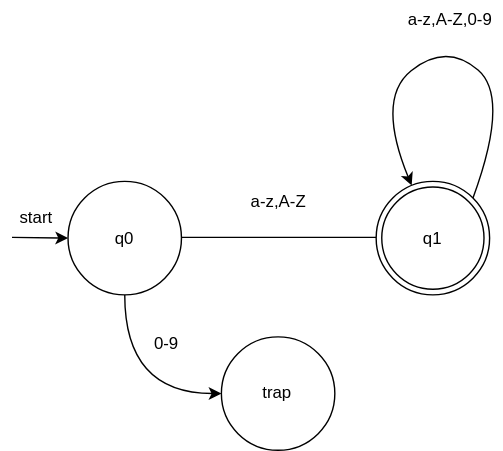
The draw.io diagram docs/DFA/identifier-dfa.svg in Dimitry-bit/tiny-compiler, before a commit. Source tidied: cells renumbered, new cells last; positions are measured from the earlier drawing's top-left corner, leaving out a move shared by most shapes.
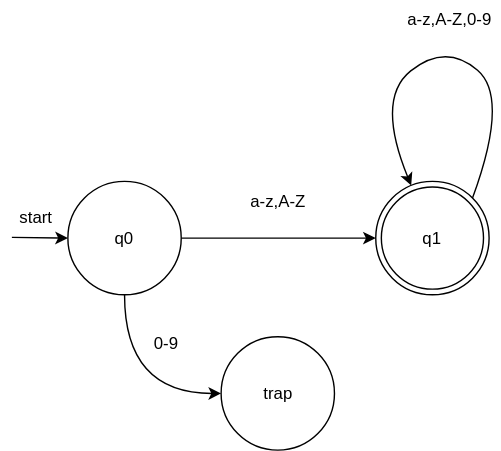
Later version of the same file.

Commit message:
fix: identifier's DFA overlapping arrow

What changed in the source:
```diff
@@ -7,10 +7,8 @@
         <mxPoint x="8" y="169" as="sourcePoint" />
       </mxGeometry>
     </mxCell>
-    <mxCell id="3" style="edgeStyle=orthogonalEdgeStyle;rounded=0;jettySize=auto;html=1;" parent="1" edge="1" source="5">
-      <mxGeometry relative="1" as="geometry">
-        <mxPoint x="278" y="169" as="targetPoint" />
-      </mxGeometry>
+    <mxCell id="3" style="edgeStyle=orthogonalEdgeStyle;rounded=0;jettySize=auto;html=1;entryX=0;entryY=0.5;entryDx=0;entryDy=0;" parent="1" edge="1" source="5" target="8">
+      <mxGeometry relative="1" as="geometry" />
     </mxCell>
     <mxCell id="4" style="edgeStyle=orthogonalEdgeStyle;rounded=0;jettySize=auto;html=1;exitX=0.5;exitY=1;exitDx=0;exitDy=0;entryX=0;entryY=0.5;entryDx=0;entryDy=0;curved=1;" parent="1" edge="1" source="5" target="11">
       <mxGeometry relative="1" as="geometry" />
```
